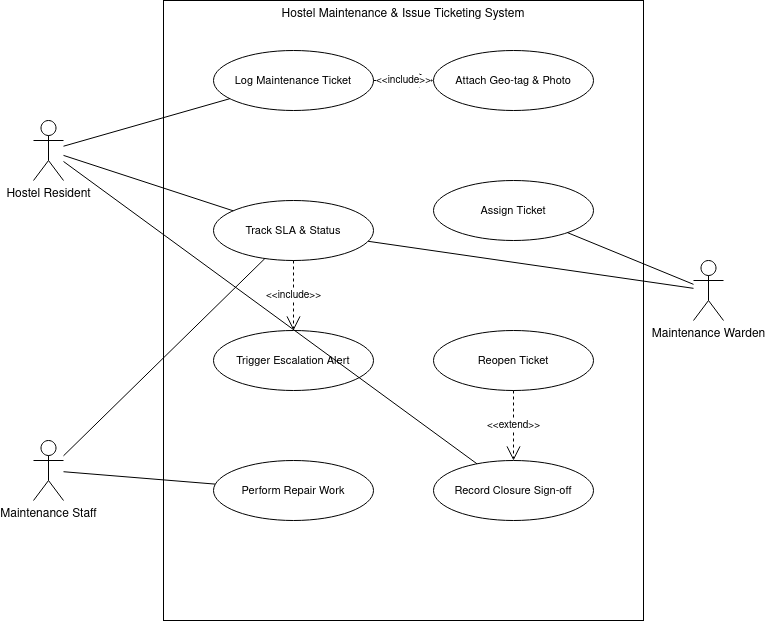
Abhijithmns/MyProject_HostelMaintenance keeps this draw.io diagram as UML_diagram.drawio.png. Above is the earlier version. Source tidied: cells renumbered, new cells last; positions are measured from the earlier drawing's top-left corner, leaving out a move shared by most shapes.
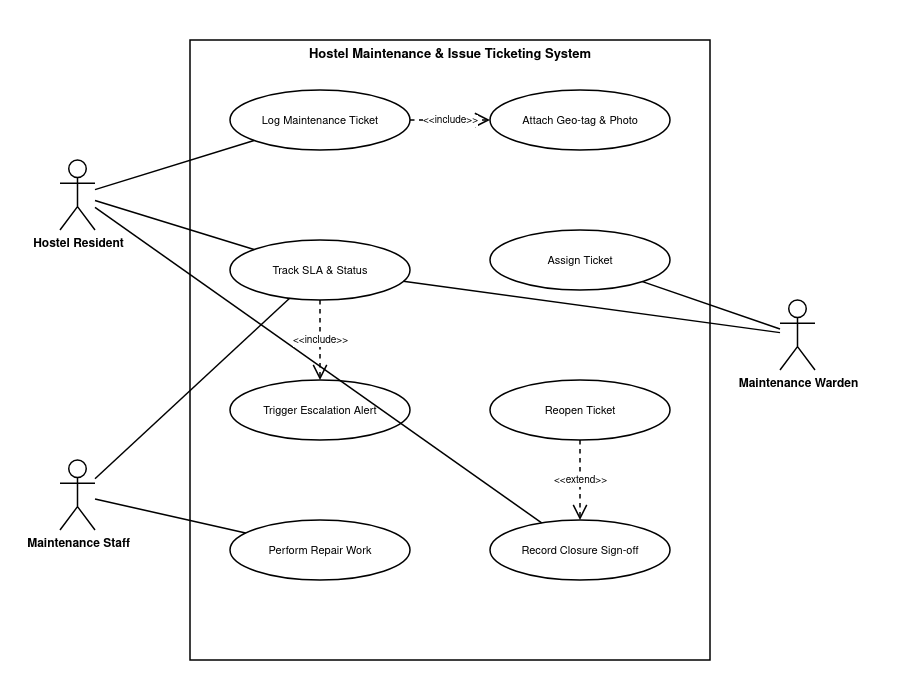
After the change.

What changed in the source:
```diff
@@ -2,70 +2,73 @@
   <root>
     <mxCell id="0" />
     <mxCell id="1" parent="0" />
+    <mxCell id="24" style="shape=rect;html=1;whiteSpace=wrap;fillColor=#ffffff;strokeColor=none;" parent="1" vertex="1">
+      <mxGeometry x="-70" y="-40" width="900" height="700" as="geometry" />
+    </mxCell>
-    <mxCell id="2" value="Hostel Maintenance &amp; Issue Ticketing System" style="shape=rect;html=1;whiteSpace=wrap;align=center;verticalAlign=top;fontStyle=0;fontSize=12;fillColor=#ffffff;fontColor=#000000;strokeColor=#000000;strokeWidth=1;" parent="1" vertex="1">
-      <mxGeometry x="130" width="480" height="620" as="geometry" />
+    <mxCell id="2" value="Hostel Maintenance &amp; Issue Ticketing System" style="shape=rect;html=1;whiteSpace=wrap;align=center;verticalAlign=top;fontStyle=1;fontSize=13;fillColor=#ffffff;fontColor=#000000;strokeColor=#000000;strokeWidth=1.5;" parent="1" vertex="1">
+      <mxGeometry x="120" width="520" height="620" as="geometry" />
     </mxCell>
-    <mxCell id="3" value="Hostel Resident" style="shape=umlActor;verticalLabelPosition=bottom;verticalAlign=top;html=1;outlineConnect=0;fillColor=none;strokeColor=#000000;strokeWidth=1;" parent="1" vertex="1">
-      <mxGeometry y="120" width="30" height="60" as="geometry" />
+    <mxCell id="3" value="Hostel Resident" style="shape=umlActor;verticalLabelPosition=bottom;verticalAlign=top;html=1;outlineConnect=0;fillColor=#ffffff;strokeColor=#000000;strokeWidth=1.5;fontColor=#000000;fontStyle=1;" parent="1" vertex="1">
+      <mxGeometry x="-10" y="120" width="35" height="70" as="geometry" />
     </mxCell>
-    <mxCell id="4" value="Maintenance Staff" style="shape=umlActor;verticalLabelPosition=bottom;verticalAlign=top;html=1;outlineConnect=0;fillColor=none;strokeColor=#000000;strokeWidth=1;" parent="1" vertex="1">
-      <mxGeometry y="440" width="30" height="60" as="geometry" />
+    <mxCell id="4" value="Maintenance Staff" style="shape=umlActor;verticalLabelPosition=bottom;verticalAlign=top;html=1;outlineConnect=0;fillColor=#ffffff;strokeColor=#000000;strokeWidth=1.5;fontColor=#000000;fontStyle=1;" parent="1" vertex="1">
+      <mxGeometry x="-10" y="420" width="35" height="70" as="geometry" />
     </mxCell>
-    <mxCell id="5" value="Maintenance Warden" style="shape=umlActor;verticalLabelPosition=bottom;verticalAlign=top;html=1;outlineConnect=0;fillColor=none;strokeColor=#000000;strokeWidth=1;" parent="1" vertex="1">
-      <mxGeometry x="660" y="260" width="30" height="60" as="geometry" />
+    <mxCell id="5" value="Maintenance Warden" style="shape=umlActor;verticalLabelPosition=bottom;verticalAlign=top;html=1;outlineConnect=0;fillColor=#ffffff;strokeColor=#000000;strokeWidth=1.5;fontColor=#000000;fontStyle=1;" parent="1" vertex="1">
+      <mxGeometry x="710" y="260" width="35" height="70" as="geometry" />
     </mxCell>
-    <mxCell id="6" value="Log Maintenance Ticket" style="ellipse;whiteSpace=wrap;html=1;fillColor=#ffffff;strokeColor=#000000;strokeWidth=1;fontSize=11;" parent="1" vertex="1">
-      <mxGeometry x="180" y="50" width="160" height="60" as="geometry" />
+    <mxCell id="6" value="Log Maintenance Ticket" style="ellipse;whiteSpace=wrap;html=1;fillColor=#ffffff;strokeColor=#000000;strokeWidth=1.5;fontSize=11;fontColor=#000000;" parent="1" vertex="1">
+      <mxGeometry x="160" y="50" width="180" height="60" as="geometry" />
     </mxCell>
-    <mxCell id="7" value="Attach Geo-tag &amp; Photo" style="ellipse;whiteSpace=wrap;html=1;fillColor=#ffffff;strokeColor=#000000;strokeWidth=1;fontSize=11;" parent="1" vertex="1">
-      <mxGeometry x="400" y="50" width="160" height="60" as="geometry" />
+    <mxCell id="7" value="Attach Geo-tag &amp; Photo" style="ellipse;whiteSpace=wrap;html=1;fillColor=#ffffff;strokeColor=#000000;strokeWidth=1.5;fontSize=11;fontColor=#000000;" parent="1" vertex="1">
+      <mxGeometry x="420" y="50" width="180" height="60" as="geometry" />
     </mxCell>
-    <mxCell id="8" value="Assign Ticket" style="ellipse;whiteSpace=wrap;html=1;fillColor=#ffffff;strokeColor=#000000;strokeWidth=1;fontSize=11;" parent="1" vertex="1">
-      <mxGeometry x="400" y="180" width="160" height="60" as="geometry" />
+    <mxCell id="8" value="Assign Ticket" style="ellipse;whiteSpace=wrap;html=1;fillColor=#ffffff;strokeColor=#000000;strokeWidth=1.5;fontSize=11;fontColor=#000000;" parent="1" vertex="1">
+      <mxGeometry x="420" y="190" width="180" height="60" as="geometry" />
     </mxCell>
-    <mxCell id="9" value="Track SLA &amp; Status" style="ellipse;whiteSpace=wrap;html=1;fillColor=#ffffff;strokeColor=#000000;strokeWidth=1;fontSize=11;" parent="1" vertex="1">
-      <mxGeometry x="180" y="200" width="160" height="60" as="geometry" />
+    <mxCell id="9" value="Track SLA &amp; Status" style="ellipse;whiteSpace=wrap;html=1;fillColor=#ffffff;strokeColor=#000000;strokeWidth=1.5;fontSize=11;fontColor=#000000;" parent="1" vertex="1">
+      <mxGeometry x="160" y="200" width="180" height="60" as="geometry" />
     </mxCell>
-    <mxCell id="10" value="Trigger Escalation Alert" style="ellipse;whiteSpace=wrap;html=1;fillColor=#ffffff;strokeColor=#000000;strokeWidth=1;fontSize=11;" parent="1" vertex="1">
-      <mxGeometry x="180" y="330" width="160" height="60" as="geometry" />
+    <mxCell id="10" value="Trigger Escalation Alert" style="ellipse;whiteSpace=wrap;html=1;fillColor=#ffffff;strokeColor=#000000;strokeWidth=1.5;fontSize=11;fontColor=#000000;" parent="1" vertex="1">
+      <mxGeometry x="160" y="340" width="180" height="60" as="geometry" />
     </mxCell>
-    <mxCell id="11" value="Perform Repair Work" style="ellipse;whiteSpace=wrap;html=1;fillColor=#ffffff;strokeColor=#000000;strokeWidth=1;fontSize=11;" parent="1" vertex="1">
-      <mxGeometry x="180" y="460" width="160" height="60" as="geometry" />
+    <mxCell id="11" value="Perform Repair Work" style="ellipse;whiteSpace=wrap;html=1;fillColor=#ffffff;strokeColor=#000000;strokeWidth=1.5;fontSize=11;fontColor=#000000;" parent="1" vertex="1">
+      <mxGeometry x="160" y="480" width="180" height="60" as="geometry" />
     </mxCell>
-    <mxCell id="12" value="Record Closure Sign-off" style="ellipse;whiteSpace=wrap;html=1;fillColor=#ffffff;strokeColor=#000000;strokeWidth=1;fontSize=11;" parent="1" vertex="1">
-      <mxGeometry x="400" y="460" width="160" height="60" as="geometry" />
+    <mxCell id="12" value="Record Closure Sign-off" style="ellipse;whiteSpace=wrap;html=1;fillColor=#ffffff;strokeColor=#000000;strokeWidth=1.5;fontSize=11;fontColor=#000000;" parent="1" vertex="1">
+      <mxGeometry x="420" y="480" width="180" height="60" as="geometry" />
     </mxCell>
-    <mxCell id="13" value="Reopen Ticket" style="ellipse;whiteSpace=wrap;html=1;fillColor=#ffffff;strokeColor=#000000;strokeWidth=1;fontSize=11;" parent="1" vertex="1">
-      <mxGeometry x="400" y="330" width="160" height="60" as="geometry" />
+    <mxCell id="13" value="Reopen Ticket" style="ellipse;whiteSpace=wrap;html=1;fillColor=#ffffff;strokeColor=#000000;strokeWidth=1.5;fontSize=11;fontColor=#000000;" parent="1" vertex="1">
+      <mxGeometry x="420" y="340" width="180" height="60" as="geometry" />
     </mxCell>
-    <mxCell id="14" style="endArrow=none;html=1;rounded=0;strokeColor=#000000;strokeWidth=1;" parent="1" edge="1" source="3" target="6">
+    <mxCell id="14" style="endArrow=none;html=1;rounded=0;strokeColor=#000000;strokeWidth=1.5;" parent="1" edge="1" source="3" target="6">
       <mxGeometry relative="1" as="geometry" />
     </mxCell>
-    <mxCell id="15" style="endArrow=none;html=1;rounded=0;strokeColor=#000000;strokeWidth=1;" parent="1" edge="1" source="3" target="9">
+    <mxCell id="15" style="endArrow=none;html=1;rounded=0;strokeColor=#000000;strokeWidth=1.5;" parent="1" edge="1" source="3" target="9">
       <mxGeometry relative="1" as="geometry" />
     </mxCell>
-    <mxCell id="16" style="endArrow=none;html=1;rounded=0;strokeColor=#000000;strokeWidth=1;" parent="1" edge="1" source="3" target="12">
+    <mxCell id="16" style="endArrow=none;html=1;rounded=0;strokeColor=#000000;strokeWidth=1.5;" parent="1" edge="1" source="3" target="12">
       <mxGeometry relative="1" as="geometry" />
     </mxCell>
-    <mxCell id="17" style="endArrow=none;html=1;rounded=0;strokeColor=#000000;strokeWidth=1;" parent="1" edge="1" source="5" target="8">
+    <mxCell id="17" style="endArrow=none;html=1;rounded=0;strokeColor=#000000;strokeWidth=1.5;" parent="1" edge="1" source="5" target="8">
       <mxGeometry relative="1" as="geometry" />
     </mxCell>
-    <mxCell id="18" style="endArrow=none;html=1;rounded=0;strokeColor=#000000;strokeWidth=1;" parent="1" edge="1" source="5" target="9">
+    <mxCell id="18" style="endArrow=none;html=1;rounded=0;strokeColor=#000000;strokeWidth=1.5;" parent="1" edge="1" source="5" target="9">
       <mxGeometry relative="1" as="geometry" />
     </mxCell>
-    <mxCell id="19" style="endArrow=none;html=1;rounded=0;strokeColor=#000000;strokeWidth=1;" parent="1" edge="1" source="4" target="11">
+    <mxCell id="19" style="endArrow=none;html=1;rounded=0;strokeColor=#000000;strokeWidth=1.5;" parent="1" edge="1" source="4" target="11">
       <mxGeometry relative="1" as="geometry" />
     </mxCell>
-    <mxCell id="20" style="endArrow=none;html=1;rounded=0;strokeColor=#000000;strokeWidth=1;" parent="1" edge="1" source="4" target="9">
+    <mxCell id="20" style="endArrow=none;html=1;rounded=0;strokeColor=#000000;strokeWidth=1.5;" parent="1" edge="1" source="4" target="9">
       <mxGeometry relative="1" as="geometry" />
     </mxCell>
-    <mxCell id="21" value="&amp;lt;&amp;lt;include&amp;gt;&amp;gt;" style="endArrow=open;endSize=12;dashed=1;html=1;rounded=0;strokeColor=#000000;strokeWidth=1;fontSize=10;" parent="1" edge="1" source="6" target="7">
+    <mxCell id="21" value="&amp;lt;&amp;lt;include&amp;gt;&amp;gt;" style="endArrow=open;endSize=12;dashed=1;html=1;rounded=0;strokeColor=#000000;strokeWidth=1.5;fontColor=#000000;fontSize=10;" parent="1" edge="1" source="6" target="7">
       <mxGeometry relative="1" as="geometry" />
     </mxCell>
-    <mxCell id="22" value="&amp;lt;&amp;lt;include&amp;gt;&amp;gt;" style="endArrow=open;endSize=12;dashed=1;html=1;rounded=0;strokeColor=#000000;strokeWidth=1;fontSize=10;" parent="1" edge="1" source="9" target="10">
+    <mxCell id="22" value="&amp;lt;&amp;lt;include&amp;gt;&amp;gt;" style="endArrow=open;endSize=12;dashed=1;html=1;rounded=0;strokeColor=#000000;strokeWidth=1.5;fontColor=#000000;fontSize=10;" parent="1" edge="1" source="9" target="10">
       <mxGeometry relative="1" as="geometry" />
     </mxCell>
-    <mxCell id="23" value="&amp;lt;&amp;lt;extend&amp;gt;&amp;gt;" style="endArrow=open;endSize=12;dashed=1;html=1;rounded=0;strokeColor=#000000;strokeWidth=1;fontSize=10;" parent="1" edge="1" source="13" target="12">
+    <mxCell id="23" value="&amp;lt;&amp;lt;extend&amp;gt;&amp;gt;" style="endArrow=open;endSize=12;dashed=1;html=1;rounded=0;strokeColor=#000000;strokeWidth=1.5;fontColor=#000000;fontSize=10;" parent="1" edge="1" source="13" target="12">
       <mxGeometry relative="1" as="geometry" />
     </mxCell>
   </root>
```
